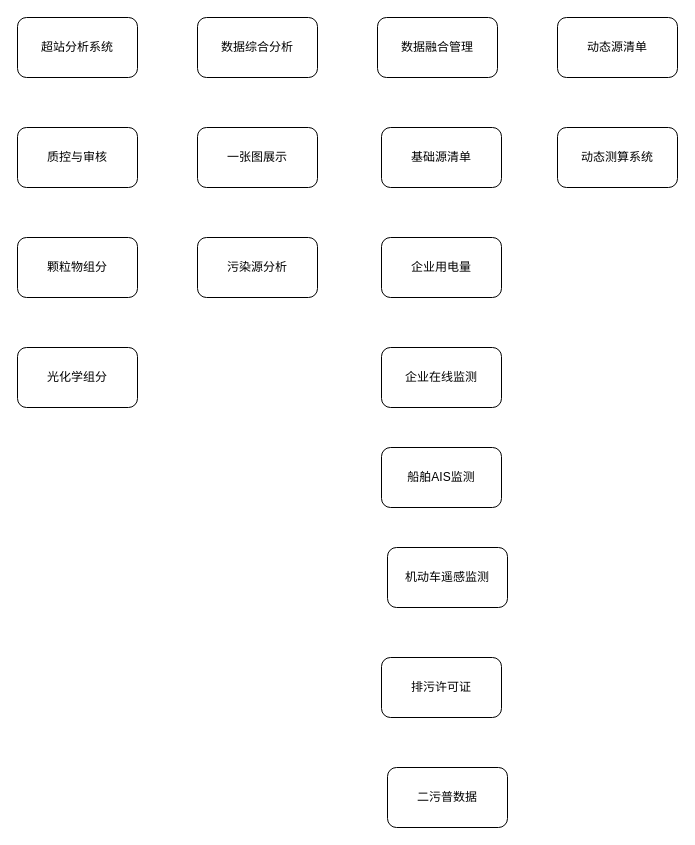
This is 大气环境多元数据分析架构图.drawio from WienWong/Misc, a draw.io file, before an edit. Source tidied: cells renumbered, new cells numbered last; positions are measured from the earlier drawing's top-left corner, leaving out a move shared by most shapes. Both pictures are drawn from the tidied source at 100%, with x=0, y=0 at pixel (17, 17).
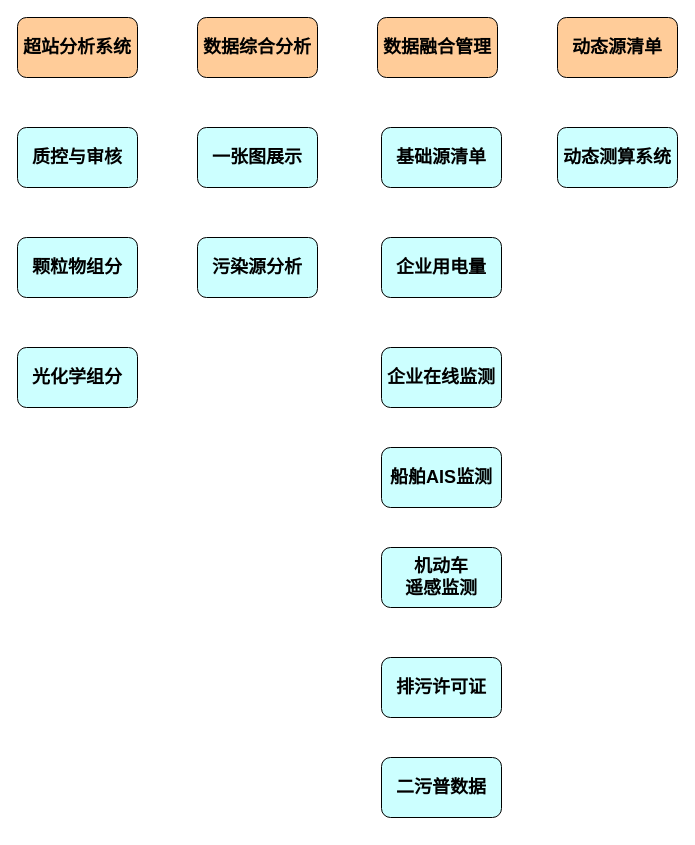
The same diagram, later.

Commit message:
Update 大气环境多元数据分析架构图.drawio

Change to the diagram source:
```diff
@@
 <mxGraphModel>
   <root>
     <mxCell id="0" />
     <mxCell id="1" parent="0" />
-    <mxCell id="2" value="数据综合分析" style="rounded=1;whiteSpace=wrap;html=1;" parent="1" vertex="1">
+    <mxCell id="2" value="&lt;b&gt;&lt;font style=&quot;font-size: 18px&quot;&gt;数据综合分析&lt;/font&gt;&lt;/b&gt;" style="rounded=1;whiteSpace=wrap;html=1;fillColor=#FFCC99;" parent="1" vertex="1">
       <mxGeometry x="180" width="120" height="60" as="geometry" />
     </mxCell>
-    <mxCell id="3" value="超站分析系统" style="rounded=1;whiteSpace=wrap;html=1;" parent="1" vertex="1">
+    <mxCell id="3" value="&lt;b&gt;&lt;font style=&quot;font-size: 18px&quot;&gt;超站分析系统&lt;/font&gt;&lt;/b&gt;" style="rounded=1;whiteSpace=wrap;html=1;fillColor=#FFCC99;" parent="1" vertex="1">
       <mxGeometry width="120" height="60" as="geometry" />
     </mxCell>
-    <mxCell id="4" value="数据融合管理" style="rounded=1;whiteSpace=wrap;html=1;" parent="1" vertex="1">
+    <mxCell id="4" value="&lt;font style=&quot;font-size: 18px&quot;&gt;&lt;b&gt;数据融合管理&lt;/b&gt;&lt;/font&gt;" style="rounded=1;whiteSpace=wrap;html=1;fillColor=#FFCC99;" parent="1" vertex="1">
       <mxGeometry x="360" width="120" height="60" as="geometry" />
     </mxCell>
-    <mxCell id="5" value="动态源清单" style="rounded=1;whiteSpace=wrap;html=1;" parent="1" vertex="1">
+    <mxCell id="5" value="&lt;font style=&quot;font-size: 18px&quot;&gt;&lt;b&gt;动态源清单&lt;/b&gt;&lt;/font&gt;" style="rounded=1;whiteSpace=wrap;html=1;fillColor=#FFCC99;" parent="1" vertex="1">
       <mxGeometry x="540" width="120" height="60" as="geometry" />
     </mxCell>
-    <mxCell id="6" value="一张图展示" style="rounded=1;whiteSpace=wrap;html=1;" parent="1" vertex="1">
+    <mxCell id="6" value="&lt;font style=&quot;font-size: 18px&quot;&gt;&lt;b&gt;一张图展示&lt;/b&gt;&lt;/font&gt;" style="rounded=1;whiteSpace=wrap;html=1;fillColor=#CCFFFF;" parent="1" vertex="1">
       <mxGeometry x="180" y="110" width="120" height="60" as="geometry" />
     </mxCell>
-    <mxCell id="7" value="污染源分析" style="rounded=1;whiteSpace=wrap;html=1;" parent="1" vertex="1">
+    <mxCell id="7" value="&lt;font style=&quot;font-size: 18px&quot;&gt;&lt;b&gt;污染源分析&lt;/b&gt;&lt;/font&gt;" style="rounded=1;whiteSpace=wrap;html=1;fillColor=#CCFFFF;" parent="1" vertex="1">
       <mxGeometry x="180" y="220" width="120" height="60" as="geometry" />
     </mxCell>
-    <mxCell id="8" value="质控与审核" style="rounded=1;whiteSpace=wrap;html=1;" parent="1" vertex="1">
-      <mxGeometry y="110" width="120" height="60" as="geometry" />
-    </mxCell>
-    <mxCell id="9" value="颗粒物组分" style="rounded=1;whiteSpace=wrap;html=1;" parent="1" vertex="1">
+    <mxCell id="9" value="&lt;font style=&quot;font-size: 18px&quot;&gt;&lt;b&gt;颗粒物组分&lt;/b&gt;&lt;/font&gt;" style="rounded=1;whiteSpace=wrap;html=1;fillColor=#CCFFFF;" parent="1" vertex="1">
       <mxGeometry y="220" width="120" height="60" as="geometry" />
     </mxCell>
-    <mxCell id="10" value="光化学组分" style="rounded=1;whiteSpace=wrap;html=1;" parent="1" vertex="1">
+    <mxCell id="10" value="&lt;font style=&quot;font-size: 18px&quot;&gt;&lt;b&gt;光化学组分&lt;/b&gt;&lt;/font&gt;" style="rounded=1;whiteSpace=wrap;html=1;fillColor=#CCFFFF;" parent="1" vertex="1">
       <mxGeometry y="330" width="120" height="60" as="geometry" />
     </mxCell>
-    <mxCell id="11" value="基础源清单" style="rounded=1;whiteSpace=wrap;html=1;" parent="1" vertex="1">
+    <mxCell id="11" value="&lt;b&gt;&lt;font style=&quot;font-size: 18px&quot;&gt;基础源清单&lt;/font&gt;&lt;/b&gt;" style="rounded=1;whiteSpace=wrap;html=1;fillColor=#CCFFFF;" parent="1" vertex="1">
       <mxGeometry x="364" y="110" width="120" height="60" as="geometry" />
     </mxCell>
-    <mxCell id="12" value="企业用电量" style="rounded=1;whiteSpace=wrap;html=1;" parent="1" vertex="1">
+    <mxCell id="12" value="&lt;font style=&quot;font-size: 18px&quot;&gt;&lt;b&gt;企业用电量&lt;/b&gt;&lt;/font&gt;" style="rounded=1;whiteSpace=wrap;html=1;fillColor=#CCFFFF;" parent="1" vertex="1">
       <mxGeometry x="364" y="220" width="120" height="60" as="geometry" />
     </mxCell>
-    <mxCell id="13" value="企业在线监测" style="rounded=1;whiteSpace=wrap;html=1;" parent="1" vertex="1">
+    <mxCell id="13" value="&lt;font style=&quot;font-size: 18px&quot;&gt;&lt;b&gt;企业在线监测&lt;/b&gt;&lt;/font&gt;" style="rounded=1;whiteSpace=wrap;html=1;fillColor=#CCFFFF;" parent="1" vertex="1">
       <mxGeometry x="364" y="330" width="120" height="60" as="geometry" />
     </mxCell>
-    <mxCell id="14" value="船舶AIS监测" style="rounded=1;whiteSpace=wrap;html=1;" parent="1" vertex="1">
+    <mxCell id="14" value="&lt;font style=&quot;font-size: 18px&quot;&gt;&lt;b&gt;船舶AIS监测&lt;/b&gt;&lt;/font&gt;" style="rounded=1;whiteSpace=wrap;html=1;fillColor=#CCFFFF;" parent="1" vertex="1">
       <mxGeometry x="364" y="430" width="120" height="60" as="geometry" />
     </mxCell>
-    <mxCell id="15" value="机动车遥感监测" style="rounded=1;whiteSpace=wrap;html=1;" parent="1" vertex="1">
-      <mxGeometry x="370" y="530" width="120" height="60" as="geometry" />
+    <mxCell id="15" value="&lt;font style=&quot;font-size: 18px&quot;&gt;&lt;b&gt;机动车&lt;br&gt;遥感监测&lt;/b&gt;&lt;/font&gt;" style="rounded=1;whiteSpace=wrap;html=1;fillColor=#CCFFFF;" parent="1" vertex="1">
+      <mxGeometry x="364" y="530" width="120" height="60" as="geometry" />
     </mxCell>
-    <mxCell id="16" value="排污许可证" style="rounded=1;whiteSpace=wrap;html=1;" parent="1" vertex="1">
+    <mxCell id="16" value="&lt;font style=&quot;font-size: 18px&quot;&gt;&lt;b&gt;排污许可证&lt;/b&gt;&lt;/font&gt;" style="rounded=1;whiteSpace=wrap;html=1;fillColor=#CCFFFF;" parent="1" vertex="1">
       <mxGeometry x="364" y="640" width="120" height="60" as="geometry" />
     </mxCell>
-    <mxCell id="17" value="二污普数据" style="rounded=1;whiteSpace=wrap;html=1;" parent="1" vertex="1">
-      <mxGeometry x="370" y="750" width="120" height="60" as="geometry" />
+    <mxCell id="17" value="&lt;font style=&quot;font-size: 18px&quot;&gt;&lt;b&gt;二污普数据&lt;/b&gt;&lt;/font&gt;" style="rounded=1;whiteSpace=wrap;html=1;fillColor=#CCFFFF;" parent="1" vertex="1">
+      <mxGeometry x="364" y="740" width="120" height="60" as="geometry" />
     </mxCell>
-    <mxCell id="18" value="动态测算系统" style="rounded=1;whiteSpace=wrap;html=1;" parent="1" vertex="1">
+    <mxCell id="18" value="&lt;b&gt;&lt;font style=&quot;font-size: 18px&quot;&gt;动态测算系统&lt;/font&gt;&lt;/b&gt;" style="rounded=1;whiteSpace=wrap;html=1;fillColor=#CCFFFF;" parent="1" vertex="1">
       <mxGeometry x="540" y="110" width="120" height="60" as="geometry" />
     </mxCell>
+    <mxCell id="8" value="&lt;font style=&quot;font-size: 18px&quot;&gt;&lt;b&gt;质控与审核&lt;/b&gt;&lt;/font&gt;" style="rounded=1;whiteSpace=wrap;html=1;fillColor=#CCFFFF;" parent="1" vertex="1">
+      <mxGeometry y="110" width="120" height="60" as="geometry" />
+    </mxCell>
   </root>
 </mxGraphModel>
```
